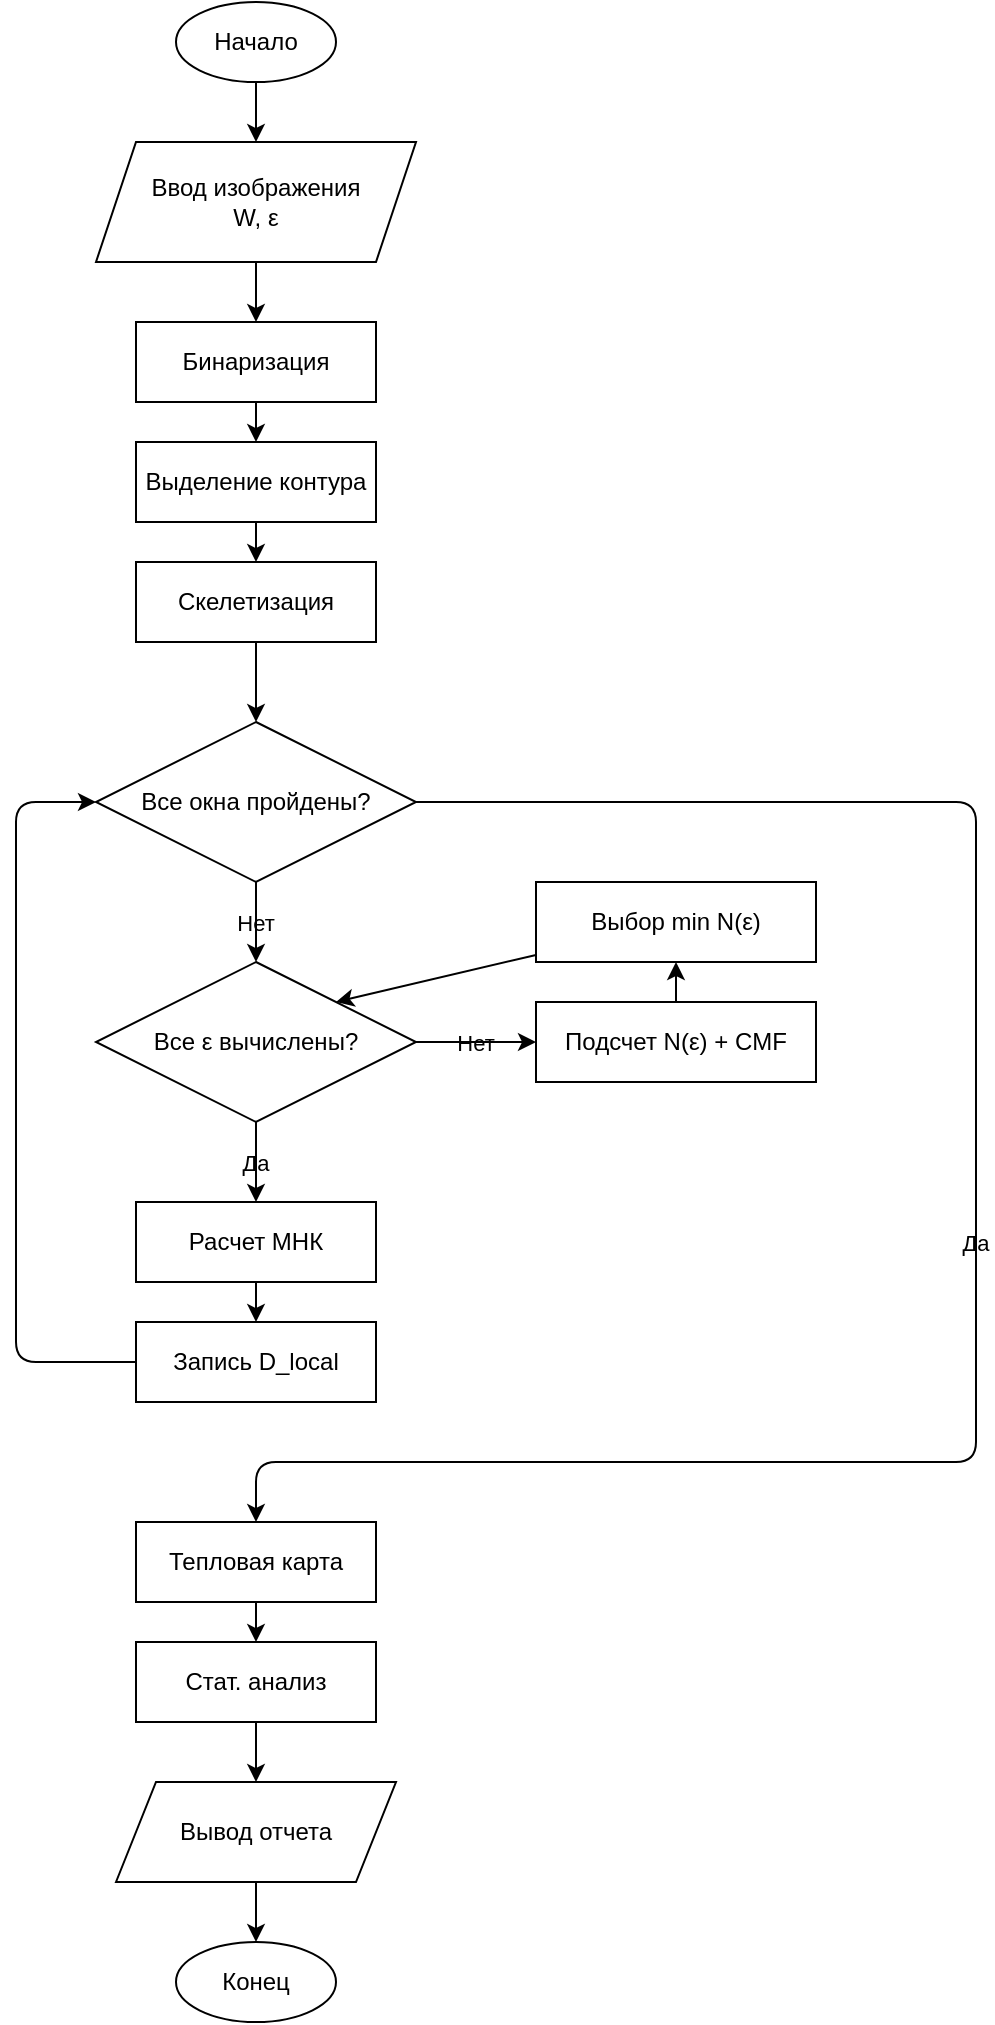
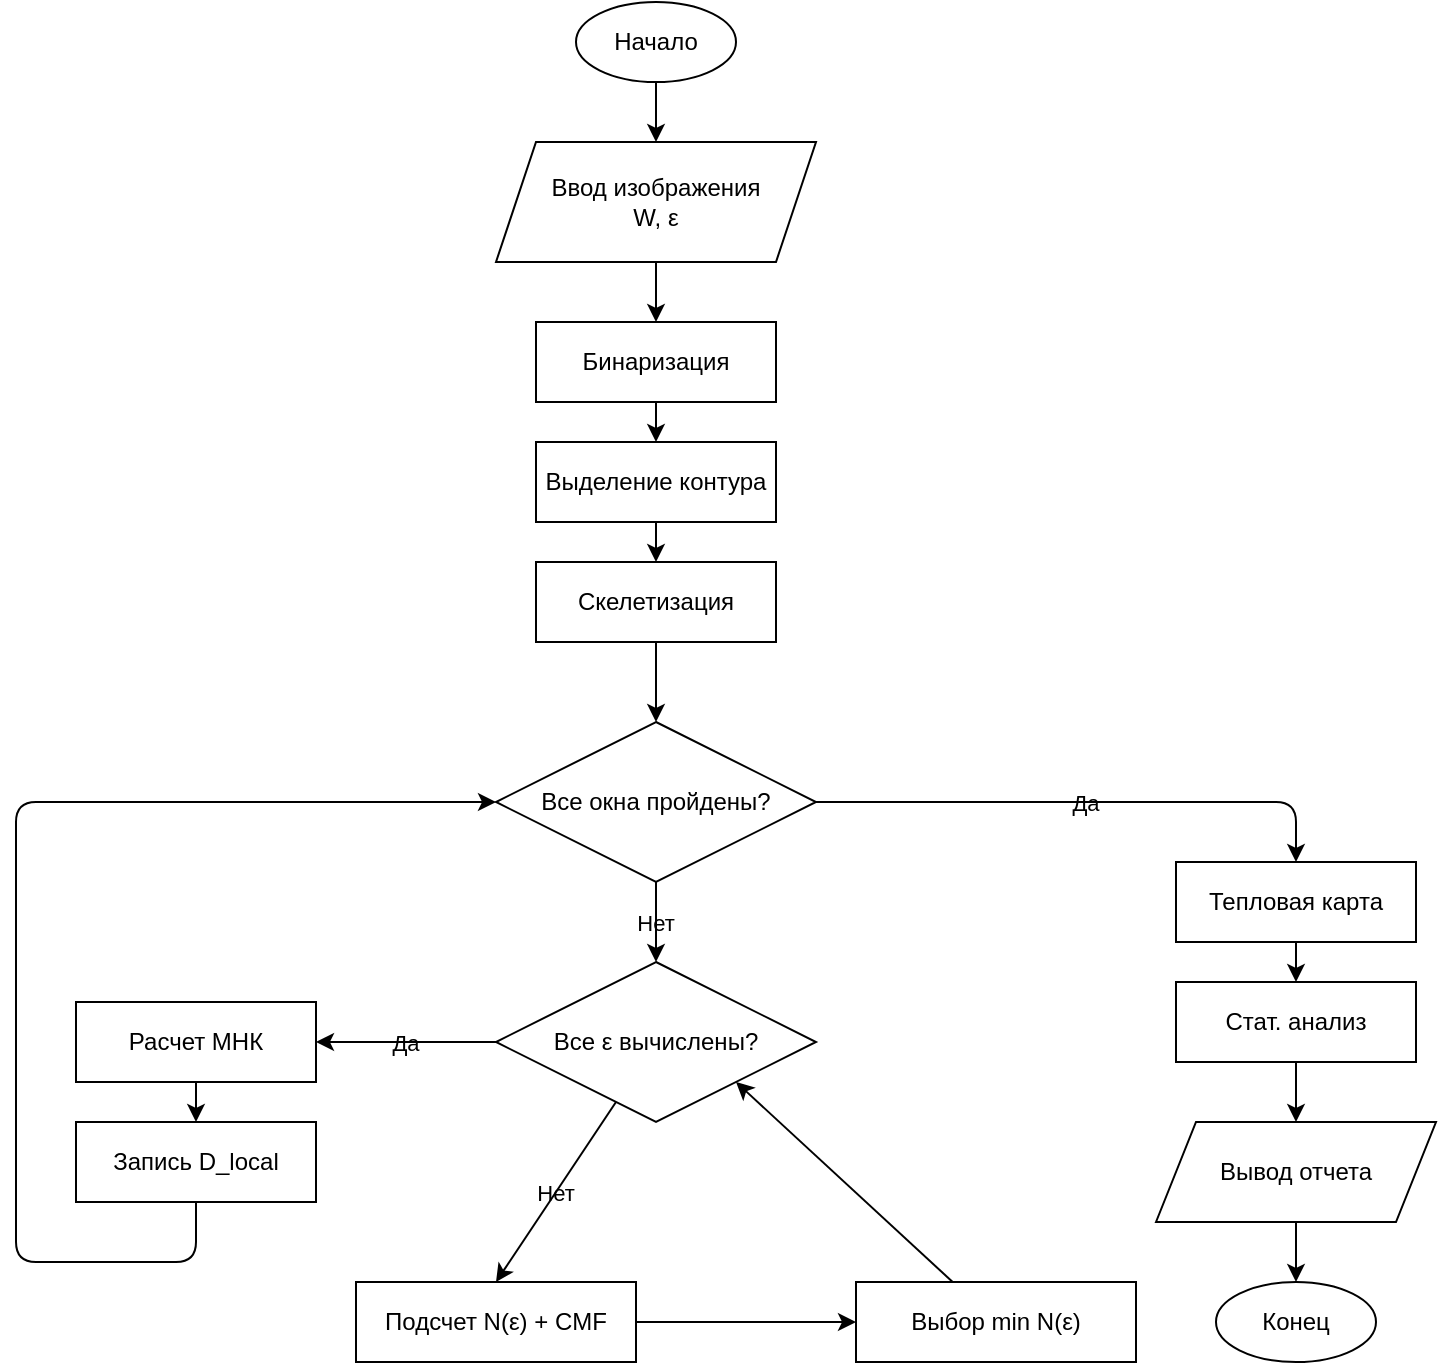
<mxfile host="app.diagrams.net" agent="Mozilla/5.0 (Windows NT 10.0; Win64; x64) AppleWebKit/537.36 (KHTML, like Gecko) Chrome/146.0.0.0 Safari/537.36">
  <diagram name="Страница-1" id="5RszcFqm--sPhPtSSHNC">
-     <mxGraphModel dx="1698" dy="1085" grid="1" gridSize="10" guides="1" tooltips="1" connect="1" arrows="1" fold="1" page="1" pageScale="1" pageWidth="827" pageHeight="1169" background="none" math="0" shadow="0" adaptiveColors="none">
+     <mxGraphModel dx="847" dy="985" grid="1" gridSize="10" guides="1" tooltips="1" connect="1" arrows="1" fold="1" page="1" pageScale="1" pageWidth="827" pageHeight="1169" background="none" math="0" shadow="0" adaptiveColors="none">
      <root>
        <mxCell id="0" />
        <mxCell id="1" parent="0" />
        <mxCell id="rsp-gIEi3x-SC83Q4U99-33" parent="1" style="ellipse;whiteSpace=wrap;labelBackgroundColor=none;" value="Начало" vertex="1">
          <mxGeometry height="40" width="80" x="320" y="20" as="geometry" />
        </mxCell>
        <mxCell id="rsp-gIEi3x-SC83Q4U99-34" parent="1" style="shape=parallelogram;fixedSize=1;whiteSpace=wrap;labelBackgroundColor=none;" value="Ввод изображения&#xa;W, ε" vertex="1">
          <mxGeometry height="60" width="160" x="280" y="90" as="geometry" />
        </mxCell>
        <mxCell id="rsp-gIEi3x-SC83Q4U99-35" parent="1" style="rounded=0;whiteSpace=wrap;labelBackgroundColor=none;" value="Бинаризация" vertex="1">
          <mxGeometry height="40" width="120" x="300" y="180" as="geometry" />
        </mxCell>
        <mxCell id="rsp-gIEi3x-SC83Q4U99-36" parent="1" style="rounded=0;whiteSpace=wrap;labelBackgroundColor=none;" value="Выделение контура" vertex="1">
          <mxGeometry height="40" width="120" x="300" y="240" as="geometry" />
        </mxCell>
        <mxCell id="rsp-gIEi3x-SC83Q4U99-37" parent="1" style="rounded=0;whiteSpace=wrap;labelBackgroundColor=none;" value="Скелетизация" vertex="1">
          <mxGeometry height="40" width="120" x="300" y="300" as="geometry" />
        </mxCell>
        <mxCell id="rsp-gIEi3x-SC83Q4U99-38" parent="1" style="rhombus;whiteSpace=wrap;labelBackgroundColor=none;" value="Все окна пройдены?" vertex="1">
          <mxGeometry height="80" width="160" x="280" y="380" as="geometry" />
        </mxCell>
        <mxCell id="rsp-gIEi3x-SC83Q4U99-39" parent="1" style="rhombus;whiteSpace=wrap;labelBackgroundColor=none;" value="Все ε вычислены?" vertex="1">
          <mxGeometry height="80" width="160" x="280" y="500" as="geometry" />
        </mxCell>
        <mxCell id="rsp-gIEi3x-SC83Q4U99-40" parent="1" style="rounded=0;whiteSpace=wrap;labelBackgroundColor=none;" value="Подсчет N(ε) + CMF" vertex="1">
-           <mxGeometry height="40" width="140" x="500" y="520" as="geometry" />
+           <mxGeometry height="40" width="140" x="210" y="660" as="geometry" />
        </mxCell>
        <mxCell id="rsp-gIEi3x-SC83Q4U99-41" parent="1" style="rounded=0;whiteSpace=wrap;labelBackgroundColor=none;" value="Выбор min N(ε)" vertex="1">
-           <mxGeometry height="40" width="140" x="500" y="460" as="geometry" />
+           <mxGeometry height="40" width="140" x="460" y="660" as="geometry" />
        </mxCell>
        <mxCell id="rsp-gIEi3x-SC83Q4U99-42" parent="1" style="rounded=0;whiteSpace=wrap;labelBackgroundColor=none;" value="Расчет МНК" vertex="1">
-           <mxGeometry height="40" width="120" x="300" y="620" as="geometry" />
+           <mxGeometry height="40" width="120" x="70" y="520" as="geometry" />
        </mxCell>
        <mxCell id="rsp-gIEi3x-SC83Q4U99-43" parent="1" style="rounded=0;whiteSpace=wrap;labelBackgroundColor=none;" value="Запись D_local" vertex="1">
-           <mxGeometry height="40" width="120" x="300" y="680" as="geometry" />
+           <mxGeometry height="40" width="120" x="70" y="580" as="geometry" />
        </mxCell>
        <mxCell id="rsp-gIEi3x-SC83Q4U99-44" parent="1" style="rounded=0;whiteSpace=wrap;labelBackgroundColor=none;" value="Тепловая карта" vertex="1">
-           <mxGeometry height="40" width="120" x="300" y="780" as="geometry" />
+           <mxGeometry height="40" width="120" x="620" y="450" as="geometry" />
        </mxCell>
        <mxCell id="rsp-gIEi3x-SC83Q4U99-45" parent="1" style="rounded=0;whiteSpace=wrap;labelBackgroundColor=none;" value="Стат. анализ" vertex="1">
-           <mxGeometry height="40" width="120" x="300" y="840" as="geometry" />
+           <mxGeometry height="40" width="120" x="620" y="510" as="geometry" />
        </mxCell>
        <mxCell id="rsp-gIEi3x-SC83Q4U99-46" parent="1" style="shape=parallelogram;fixedSize=1;whiteSpace=wrap;labelBackgroundColor=none;" value="Вывод отчета" vertex="1">
-           <mxGeometry height="50" width="140" x="290" y="910" as="geometry" />
+           <mxGeometry height="50" width="140" x="610" y="580" as="geometry" />
        </mxCell>
        <mxCell id="rsp-gIEi3x-SC83Q4U99-47" parent="1" style="ellipse;whiteSpace=wrap;labelBackgroundColor=none;" value="Конец" vertex="1">
-           <mxGeometry height="40" width="80" x="320" y="990" as="geometry" />
+           <mxGeometry height="40" width="80" x="640" y="660" as="geometry" />
        </mxCell>
        <mxCell id="rsp-gIEi3x-SC83Q4U99-48" edge="1" parent="1" source="rsp-gIEi3x-SC83Q4U99-33" style="labelBackgroundColor=none;fontColor=default;" target="rsp-gIEi3x-SC83Q4U99-34">
          <mxGeometry relative="1" as="geometry" />
        </mxCell>
        <mxCell id="rsp-gIEi3x-SC83Q4U99-49" edge="1" parent="1" source="rsp-gIEi3x-SC83Q4U99-34" style="labelBackgroundColor=none;fontColor=default;" target="rsp-gIEi3x-SC83Q4U99-35">
          <mxGeometry relative="1" as="geometry" />
        </mxCell>
        <mxCell id="rsp-gIEi3x-SC83Q4U99-50" edge="1" parent="1" source="rsp-gIEi3x-SC83Q4U99-35" style="labelBackgroundColor=none;fontColor=default;" target="rsp-gIEi3x-SC83Q4U99-36">
          <mxGeometry relative="1" as="geometry" />
        </mxCell>
        <mxCell id="rsp-gIEi3x-SC83Q4U99-51" edge="1" parent="1" source="rsp-gIEi3x-SC83Q4U99-36" style="labelBackgroundColor=none;fontColor=default;" target="rsp-gIEi3x-SC83Q4U99-37">
          <mxGeometry relative="1" as="geometry" />
        </mxCell>
        <mxCell id="rsp-gIEi3x-SC83Q4U99-52" edge="1" parent="1" source="rsp-gIEi3x-SC83Q4U99-37" style="labelBackgroundColor=none;fontColor=default;" target="rsp-gIEi3x-SC83Q4U99-38">
          <mxGeometry relative="1" as="geometry" />
        </mxCell>
        <mxCell id="rsp-gIEi3x-SC83Q4U99-53" edge="1" parent="1" source="rsp-gIEi3x-SC83Q4U99-38" style="labelBackgroundColor=none;fontColor=default;" target="rsp-gIEi3x-SC83Q4U99-39" value="Нет">
          <mxGeometry relative="1" as="geometry" />
        </mxCell>
-         <mxCell id="rsp-gIEi3x-SC83Q4U99-54" edge="1" parent="1" source="rsp-gIEi3x-SC83Q4U99-39" style="labelBackgroundColor=none;fontColor=default;" target="rsp-gIEi3x-SC83Q4U99-40" value="Нет">
-           <mxGeometry relative="1" as="geometry" />
+         <mxCell id="rsp-gIEi3x-SC83Q4U99-54" edge="1" parent="1" source="rsp-gIEi3x-SC83Q4U99-39" style="labelBackgroundColor=none;fontColor=default;entryX=0.5;entryY=0;entryDx=0;entryDy=0;" target="rsp-gIEi3x-SC83Q4U99-40" value="Нет">
+           <mxGeometry relative="1" as="geometry">
+             <mxPoint x="360" y="660" as="targetPoint" />
+           </mxGeometry>
        </mxCell>
        <mxCell id="rsp-gIEi3x-SC83Q4U99-55" edge="1" parent="1" source="rsp-gIEi3x-SC83Q4U99-40" style="labelBackgroundColor=none;fontColor=default;" target="rsp-gIEi3x-SC83Q4U99-41">
          <mxGeometry relative="1" as="geometry" />
        </mxCell>
-         <mxCell id="rsp-gIEi3x-SC83Q4U99-56" edge="1" parent="1" source="rsp-gIEi3x-SC83Q4U99-41" style="entryX=1;entryY=0;labelBackgroundColor=none;fontColor=default;" target="rsp-gIEi3x-SC83Q4U99-39">
-           <mxGeometry relative="1" as="geometry" />
+         <mxCell id="rsp-gIEi3x-SC83Q4U99-56" edge="1" parent="1" source="rsp-gIEi3x-SC83Q4U99-41" style="entryX=1;entryY=1;labelBackgroundColor=none;fontColor=default;entryDx=0;entryDy=0;" target="rsp-gIEi3x-SC83Q4U99-39">
+           <mxGeometry relative="1" as="geometry">
+             <Array as="points" />
+           </mxGeometry>
        </mxCell>
        <mxCell id="rsp-gIEi3x-SC83Q4U99-57" edge="1" parent="1" source="rsp-gIEi3x-SC83Q4U99-39" style="labelBackgroundColor=none;fontColor=default;" target="rsp-gIEi3x-SC83Q4U99-42" value="Да">
          <mxGeometry relative="1" as="geometry" />
        </mxCell>
        <mxCell id="rsp-gIEi3x-SC83Q4U99-58" edge="1" parent="1" source="rsp-gIEi3x-SC83Q4U99-42" style="labelBackgroundColor=none;fontColor=default;" target="rsp-gIEi3x-SC83Q4U99-43">
          <mxGeometry relative="1" as="geometry" />
        </mxCell>
-         <mxCell id="rsp-gIEi3x-SC83Q4U99-59" edge="1" parent="1" source="rsp-gIEi3x-SC83Q4U99-43" style="entryX=0;entryY=0.5;exitX=0;exitY=0.5;labelBackgroundColor=none;fontColor=default;" target="rsp-gIEi3x-SC83Q4U99-38">
+         <mxCell id="rsp-gIEi3x-SC83Q4U99-59" edge="1" parent="1" source="rsp-gIEi3x-SC83Q4U99-43" style="entryX=0;entryY=0.5;exitX=0.5;exitY=1;labelBackgroundColor=none;fontColor=default;exitDx=0;exitDy=0;" target="rsp-gIEi3x-SC83Q4U99-38">
          <mxGeometry relative="1" as="geometry">
            <Array as="points">
-               <mxPoint x="240" y="700" />
+               <mxPoint x="130" y="650" />
+               <mxPoint x="40" y="650" />
+               <mxPoint x="40" y="420" />
              <mxPoint x="240" y="420" />
            </Array>
            <mxPoint x="200" y="550" as="sourcePoint" />
            <mxPoint x="200" y="420" as="targetPoint" />
          </mxGeometry>
        </mxCell>
        <mxCell id="rsp-gIEi3x-SC83Q4U99-60" edge="1" parent="1" source="rsp-gIEi3x-SC83Q4U99-38" style="labelBackgroundColor=none;fontColor=default;" target="rsp-gIEi3x-SC83Q4U99-44" value="Да">
          <mxGeometry relative="1" as="geometry">
            <Array as="points">
-               <mxPoint x="720" y="420" />
-               <mxPoint x="720" y="620" />
-               <mxPoint x="720" y="750" />
-               <mxPoint x="360" y="750" />
+               <mxPoint x="680" y="420" />
+               <mxPoint x="680" y="450" />
            </Array>
          </mxGeometry>
        </mxCell>
        <mxCell id="rsp-gIEi3x-SC83Q4U99-61" edge="1" parent="1" source="rsp-gIEi3x-SC83Q4U99-44" style="labelBackgroundColor=none;fontColor=default;" target="rsp-gIEi3x-SC83Q4U99-45">
          <mxGeometry relative="1" as="geometry" />
        </mxCell>
        <mxCell id="rsp-gIEi3x-SC83Q4U99-62" edge="1" parent="1" source="rsp-gIEi3x-SC83Q4U99-45" style="labelBackgroundColor=none;fontColor=default;" target="rsp-gIEi3x-SC83Q4U99-46">
          <mxGeometry relative="1" as="geometry" />
        </mxCell>
        <mxCell id="rsp-gIEi3x-SC83Q4U99-63" edge="1" parent="1" source="rsp-gIEi3x-SC83Q4U99-46" style="labelBackgroundColor=none;fontColor=default;" target="rsp-gIEi3x-SC83Q4U99-47">
          <mxGeometry relative="1" as="geometry" />
        </mxCell>
      </root>
    </mxGraphModel>
  </diagram>
</mxfile>
